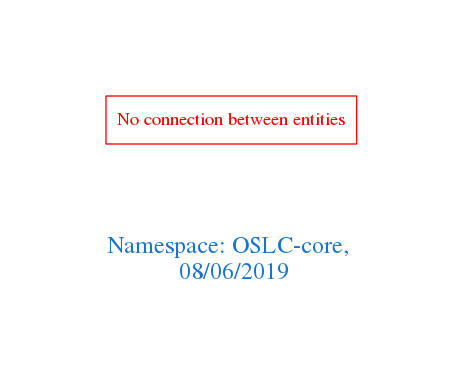
Above: downloads/OSLC-core.png in arago/OGIT (Graphviz), before the change. Its source is kept beside it as downloads/OSLC-core.dot.
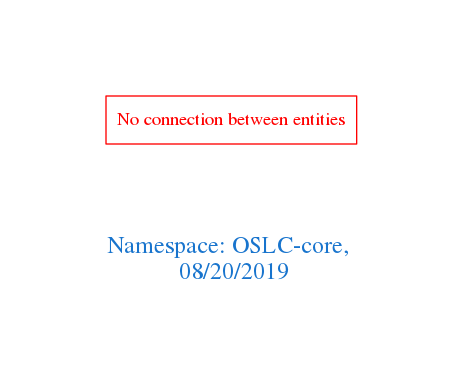
The same diagram one commit later.

The edit, as a diff of the source:
```diff
@@ -1,7 +1,7 @@
 digraph OGIT_ontology {
  graph [ rankdir= LR,pad=1
 fontsize = 18,
-fontcolor= dodgerblue3,label = "\n\n\nNamespace: OSLC-core, \n 08/06/2019"];
+fontcolor= dodgerblue3,label = "\n\n\nNamespace: OSLC-core, \n 08/20/2019"];
 node[shape=polygon];
 edge [  color="gray81"];
 
```
